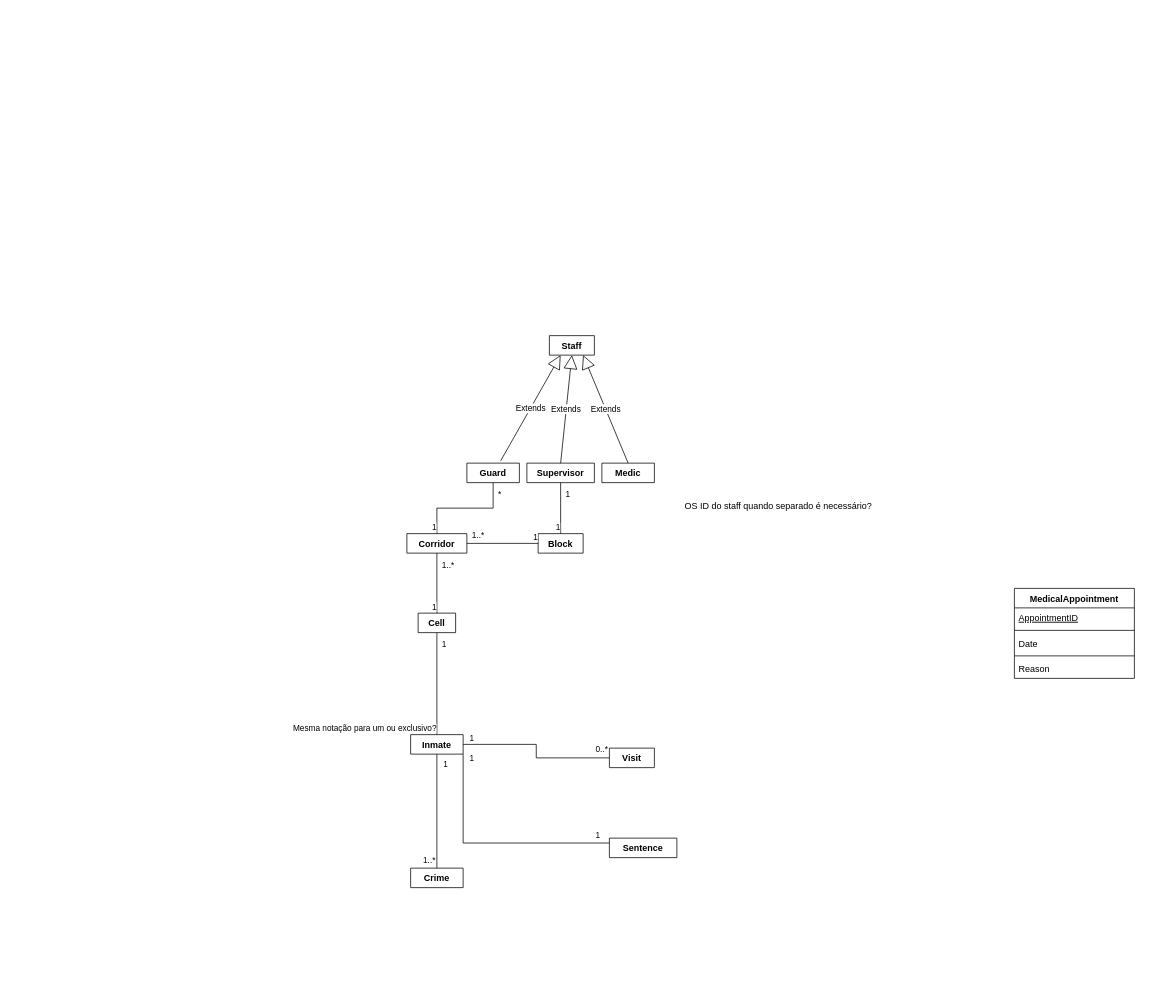
Earlier version of the draw.io diagram Untitled Diagram.drawio (up201706117/BD_PrisonProject). Source tidied: cells renumbered, new cells numbered last; positions are measured from the earlier drawing's top-left corner, leaving out a move shared by most shapes. Both pictures are drawn from the tidied source at 75%, with x=0, y=0 at pixel (406, 335).
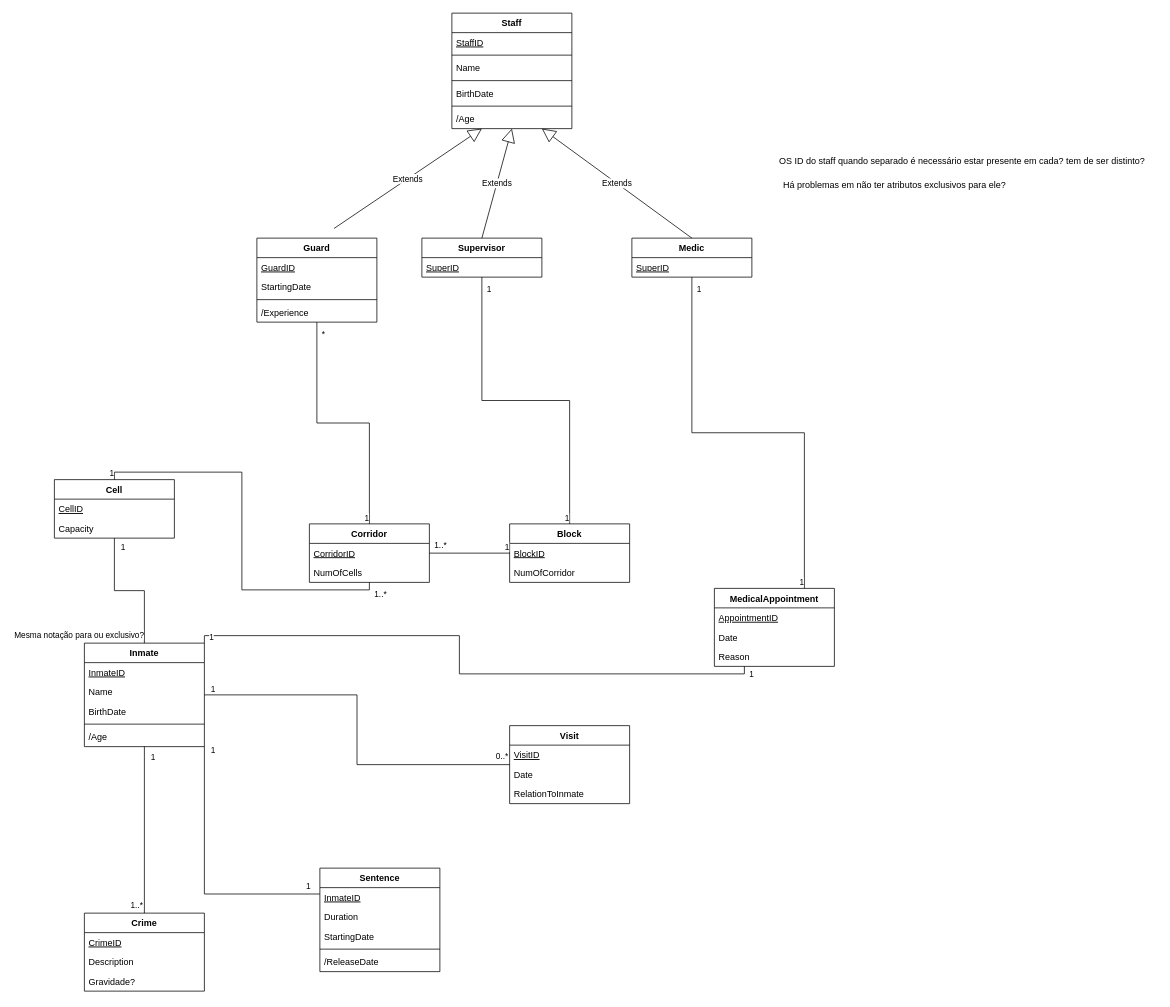
The same diagram, later.

Commit message:
Notas para a aula

The edit, as a diff of the source:
```diff
@@
-    <mxCell id="2" value="Block" style="swimlane;fontStyle=1;align=center;verticalAlign=top;horizontal=1;startSize=26;" parent="1" vertex="1" collapsed="1">
-      <mxGeometry x="175" y="264" width="60" height="26" as="geometry" />
+    <mxCell id="2" value="Block" style="swimlane;fontStyle=1;align=center;verticalAlign=top;horizontal=1;startSize=26;" parent="1" vertex="1">
+      <mxGeometry x="137" y="251" width="160" height="78" as="geometry" />
     </mxCell>
+    <mxCell id="47" value="BlockID" style="text;strokeColor=none;fillColor=none;align=left;verticalAlign=top;spacingLeft=4;spacingRight=4;overflow=hidden;fontStyle=4;" parent="2" vertex="1">
+      <mxGeometry y="26" width="160" height="26" as="geometry" />
+    </mxCell>
+    <mxCell id="48" value="NumOfCorridor" style="text;strokeColor=none;fillColor=none;align=left;verticalAlign=top;spacingLeft=4;spacingRight=4;overflow=hidden;fontStyle=0;" parent="2" vertex="1">
+      <mxGeometry y="52" width="160" height="26" as="geometry" />
+    </mxCell>
-    <mxCell id="3" value="Corridor" style="swimlane;fontStyle=1;align=center;verticalAlign=top;horizontal=1;startSize=26;" parent="1" vertex="1" collapsed="1">
-      <mxGeometry y="264" width="80" height="26" as="geometry" />
+    <mxCell id="3" value="Corridor" style="swimlane;fontStyle=1;align=center;verticalAlign=top;horizontal=1;startSize=26;" parent="1" vertex="1">
+      <mxGeometry x="-130" y="251" width="160" height="78" as="geometry" />
     </mxCell>
+    <mxCell id="49" value="CorridorID" style="text;strokeColor=none;fillColor=none;align=left;verticalAlign=top;spacingLeft=4;spacingRight=4;overflow=hidden;fontStyle=4;" parent="3" vertex="1">
+      <mxGeometry y="26" width="160" height="26" as="geometry" />
+    </mxCell>
+    <mxCell id="50" value="NumOfCells" style="text;strokeColor=none;fillColor=none;align=left;verticalAlign=top;spacingLeft=4;spacingRight=4;overflow=hidden;" parent="3" vertex="1">
+      <mxGeometry y="52" width="160" height="26" as="geometry" />
+    </mxCell>
-    <mxCell id="4" value="Guard" style="swimlane;fontStyle=1;align=center;verticalAlign=top;horizontal=1;startSize=26;" parent="1" vertex="1" collapsed="1">
-      <mxGeometry x="80" y="170" width="70" height="26" as="geometry" />
+    <mxCell id="4" value="Guard" style="swimlane;fontStyle=1;align=center;verticalAlign=top;horizontal=1;startSize=26;" parent="1" vertex="1">
+      <mxGeometry x="-200" y="-130" width="160" height="112" as="geometry" />
     </mxCell>
+    <mxCell id="51" value="GuardID" style="text;strokeColor=none;fillColor=none;align=left;verticalAlign=top;spacingLeft=4;spacingRight=4;overflow=hidden;fontStyle=4;" parent="4" vertex="1">
+      <mxGeometry y="26" width="160" height="26" as="geometry" />
+    </mxCell>
+    <mxCell id="52" value="StartingDate" style="text;strokeColor=none;fillColor=none;align=left;verticalAlign=top;spacingLeft=4;spacingRight=4;overflow=hidden;fontStyle=0;" parent="4" vertex="1">
+      <mxGeometry y="52" width="160" height="26" as="geometry" />
+    </mxCell>
+    <mxCell id="53" style="line;strokeWidth=1;fillColor=none;align=left;verticalAlign=middle;spacingTop=-1;spacingLeft=3;spacingRight=3;labelPosition=right;" parent="4" vertex="1">
+      <mxGeometry y="78" width="160" height="8" as="geometry" />
+    </mxCell>
+    <mxCell id="54" value="/Experience" style="text;strokeColor=none;fillColor=none;align=left;verticalAlign=top;spacingLeft=4;spacingRight=4;overflow=hidden;" parent="4" vertex="1">
+      <mxGeometry y="86" width="160" height="26" as="geometry" />
+    </mxCell>
-    <mxCell id="5" value="Visit&#10;" style="swimlane;fontStyle=1;align=center;verticalAlign=top;horizontal=1;startSize=26;" parent="1" vertex="1" collapsed="1">
-      <mxGeometry x="270" y="550" width="60" height="26" as="geometry" />
+    <mxCell id="5" value="Visit&#10;" style="swimlane;fontStyle=1;align=center;verticalAlign=top;horizontal=1;startSize=26;" parent="1" vertex="1">
+      <mxGeometry x="137" y="520" width="160" height="104" as="geometry" />
     </mxCell>
+    <mxCell id="55" value="VisitID" style="text;strokeColor=none;fillColor=none;align=left;verticalAlign=top;spacingLeft=4;spacingRight=4;overflow=hidden;fontStyle=4;" parent="5" vertex="1">
+      <mxGeometry y="26" width="160" height="26" as="geometry" />
+    </mxCell>
+    <mxCell id="56" value="Date" style="text;strokeColor=none;fillColor=none;align=left;verticalAlign=top;spacingLeft=4;spacingRight=4;overflow=hidden;" parent="5" vertex="1">
+      <mxGeometry y="52" width="160" height="26" as="geometry" />
+    </mxCell>
+    <mxCell id="57" value="RelationToInmate" style="text;strokeColor=none;fillColor=none;align=left;verticalAlign=top;spacingLeft=4;spacingRight=4;overflow=hidden;" parent="5" vertex="1">
+      <mxGeometry y="78" width="160" height="26" as="geometry" />
+    </mxCell>
-    <mxCell id="6" value="Inmate" style="swimlane;fontStyle=1;align=center;verticalAlign=top;horizontal=1;startSize=26;" parent="1" vertex="1" collapsed="1">
-      <mxGeometry x="5" y="532" width="70" height="26" as="geometry" />
+    <mxCell id="6" value="Inmate" style="swimlane;fontStyle=1;align=center;verticalAlign=top;horizontal=1;startSize=26;" parent="1" vertex="1">
+      <mxGeometry x="-430" y="410" width="160" height="138" as="geometry" />
     </mxCell>
+    <mxCell id="58" value="InmateID" style="text;strokeColor=none;fillColor=none;align=left;verticalAlign=top;spacingLeft=4;spacingRight=4;overflow=hidden;fontStyle=4;" parent="6" vertex="1">
+      <mxGeometry y="26" width="160" height="26" as="geometry" />
+    </mxCell>
+    <mxCell id="59" value="Name" style="text;strokeColor=none;fillColor=none;align=left;verticalAlign=top;spacingLeft=4;spacingRight=4;overflow=hidden;" parent="6" vertex="1">
+      <mxGeometry y="52" width="160" height="26" as="geometry" />
+    </mxCell>
+    <mxCell id="60" value="BirthDate" style="text;strokeColor=none;fillColor=none;align=left;verticalAlign=top;spacingLeft=4;spacingRight=4;overflow=hidden;" parent="6" vertex="1">
+      <mxGeometry y="78" width="160" height="26" as="geometry" />
+    </mxCell>
+    <mxCell id="61" style="line;strokeWidth=1;fillColor=none;align=left;verticalAlign=middle;spacingTop=-1;spacingLeft=3;spacingRight=3;labelPosition=right;" parent="6" vertex="1">
+      <mxGeometry y="104" width="160" height="8" as="geometry" />
+    </mxCell>
+    <mxCell id="62" value="/Age" style="text;strokeColor=none;fillColor=none;align=left;verticalAlign=top;spacingLeft=4;spacingRight=4;overflow=hidden;" parent="6" vertex="1">
+      <mxGeometry y="112" width="160" height="26" as="geometry" />
+    </mxCell>
-    <mxCell id="7" value="Supervisor" style="swimlane;fontStyle=1;align=center;verticalAlign=top;horizontal=1;startSize=26;" parent="1" vertex="1" collapsed="1">
-      <mxGeometry x="160" y="170" width="90" height="26" as="geometry" />
+    <mxCell id="7" value="Supervisor" style="swimlane;fontStyle=1;align=center;verticalAlign=top;horizontal=1;startSize=26;" parent="1" vertex="1">
+      <mxGeometry x="20" y="-130" width="160" height="52" as="geometry" />
     </mxCell>
+    <mxCell id="63" value="SuperID" style="text;strokeColor=none;fillColor=none;align=left;verticalAlign=top;spacingLeft=4;spacingRight=4;overflow=hidden;fontStyle=4;" parent="7" vertex="1">
+      <mxGeometry y="26" width="160" height="26" as="geometry" />
+    </mxCell>
-    <mxCell id="8" value="Sentence" style="swimlane;fontStyle=1;align=center;verticalAlign=top;horizontal=1;startSize=26;" parent="1" vertex="1" collapsed="1">
-      <mxGeometry x="270" y="670" width="90" height="26" as="geometry" />
+    <mxCell id="8" value="Sentence" style="swimlane;fontStyle=1;align=center;verticalAlign=top;horizontal=1;startSize=26;" parent="1" vertex="1">
+      <mxGeometry x="-116" y="710" width="160" height="138" as="geometry" />
     </mxCell>
+    <mxCell id="64" value="InmateID" style="text;strokeColor=none;fillColor=none;align=left;verticalAlign=top;spacingLeft=4;spacingRight=4;overflow=hidden;fontStyle=4;" parent="8" vertex="1">
+      <mxGeometry y="26" width="160" height="26" as="geometry" />
+    </mxCell>
+    <mxCell id="65" value="Duration" style="text;strokeColor=none;fillColor=none;align=left;verticalAlign=top;spacingLeft=4;spacingRight=4;overflow=hidden;fontStyle=0;" parent="8" vertex="1">
+      <mxGeometry y="52" width="160" height="26" as="geometry" />
+    </mxCell>
+    <mxCell id="66" value="StartingDate" style="text;strokeColor=none;fillColor=none;align=left;verticalAlign=top;spacingLeft=4;spacingRight=4;overflow=hidden;fontStyle=0;" parent="8" vertex="1">
+      <mxGeometry y="78" width="160" height="26" as="geometry" />
+    </mxCell>
+    <mxCell id="67" style="line;strokeWidth=1;fillColor=none;align=left;verticalAlign=middle;spacingTop=-1;spacingLeft=3;spacingRight=3;labelPosition=right;" parent="8" vertex="1">
+      <mxGeometry y="104" width="160" height="8" as="geometry" />
+    </mxCell>
+    <mxCell id="68" value="/ReleaseDate" style="text;strokeColor=none;fillColor=none;align=left;verticalAlign=top;spacingLeft=4;spacingRight=4;overflow=hidden;fontStyle=0;" parent="8" vertex="1">
+      <mxGeometry y="112" width="160" height="26" as="geometry" />
+    </mxCell>
-    <mxCell id="9" value="Crime" style="swimlane;fontStyle=1;align=center;verticalAlign=top;horizontal=1;startSize=26;" parent="1" vertex="1" collapsed="1">
-      <mxGeometry x="5" y="710" width="70" height="26" as="geometry" />
+    <mxCell id="9" value="Crime" style="swimlane;fontStyle=1;align=center;verticalAlign=top;horizontal=1;startSize=26;" parent="1" vertex="1">
+      <mxGeometry x="-430" y="770" width="160" height="104" as="geometry" />
     </mxCell>
+    <mxCell id="69" value="CrimeID" style="text;strokeColor=none;fillColor=none;align=left;verticalAlign=top;spacingLeft=4;spacingRight=4;overflow=hidden;fontStyle=4;" parent="9" vertex="1">
+      <mxGeometry y="26" width="160" height="26" as="geometry" />
+    </mxCell>
+    <mxCell id="70" value="Description" style="text;strokeColor=none;fillColor=none;align=left;verticalAlign=top;spacingLeft=4;spacingRight=4;overflow=hidden;fontStyle=0;" parent="9" vertex="1">
+      <mxGeometry y="52" width="160" height="26" as="geometry" />
+    </mxCell>
+    <mxCell id="71" value="Gravidade?" style="text;strokeColor=none;fillColor=none;align=left;verticalAlign=top;spacingLeft=4;spacingRight=4;overflow=hidden;fontStyle=0;" parent="9" vertex="1">
+      <mxGeometry y="78" width="160" height="26" as="geometry" />
+    </mxCell>
-    <mxCell id="10" value="Cell" style="swimlane;fontStyle=1;align=center;verticalAlign=top;horizontal=1;startSize=26;" parent="1" vertex="1" collapsed="1">
-      <mxGeometry x="15" y="370" width="50" height="26" as="geometry" />
+    <mxCell id="10" value="Cell" style="swimlane;fontStyle=1;align=center;verticalAlign=top;horizontal=1;startSize=26;" parent="1" vertex="1">
+      <mxGeometry x="-470" y="192" width="160" height="78" as="geometry" />
     </mxCell>
+    <mxCell id="72" value="CellID" style="text;strokeColor=none;fillColor=none;align=left;verticalAlign=top;spacingLeft=4;spacingRight=4;overflow=hidden;fontStyle=4;" parent="10" vertex="1">
+      <mxGeometry y="26" width="160" height="26" as="geometry" />
+    </mxCell>
+    <mxCell id="73" value="Capacity" style="text;strokeColor=none;fillColor=none;align=left;verticalAlign=top;spacingLeft=4;spacingRight=4;overflow=hidden;" parent="10" vertex="1">
+      <mxGeometry y="52" width="160" height="26" as="geometry" />
+    </mxCell>
@@
-    <mxCell id="12" value="Staff" style="swimlane;fontStyle=1;align=center;verticalAlign=top;horizontal=1;startSize=26;" parent="1" vertex="1" collapsed="1">
-      <mxGeometry x="190" width="60" height="26" as="geometry" />
+    <mxCell id="12" value="Staff" style="swimlane;fontStyle=1;align=center;verticalAlign=top;horizontal=1;startSize=26;" parent="1" vertex="1">
+      <mxGeometry x="60" y="-430" width="160" height="154" as="geometry" />
     </mxCell>
+    <mxCell id="74" value="StaffID" style="text;strokeColor=none;fillColor=none;align=left;verticalAlign=top;spacingLeft=4;spacingRight=4;overflow=hidden;fontStyle=4;" parent="12" vertex="1">
+      <mxGeometry y="26" width="160" height="26" as="geometry" />
+    </mxCell>
+    <mxCell id="24" style="line;strokeWidth=1;fillColor=none;align=left;verticalAlign=middle;spacingTop=-1;spacingLeft=3;spacingRight=3;labelPosition=right;" parent="12" vertex="1">
+      <mxGeometry y="52" width="160" height="8" as="geometry" />
+    </mxCell>
+    <mxCell id="75" value="Name" style="text;strokeColor=none;fillColor=none;align=left;verticalAlign=top;spacingLeft=4;spacingRight=4;overflow=hidden;" parent="12" vertex="1">
+      <mxGeometry y="60" width="160" height="26" as="geometry" />
+    </mxCell>
+    <mxCell id="26" style="line;strokeWidth=1;fillColor=none;align=left;verticalAlign=middle;spacingTop=-1;spacingLeft=3;spacingRight=3;labelPosition=right;" parent="12" vertex="1">
+      <mxGeometry y="86" width="160" height="8" as="geometry" />
+    </mxCell>
+    <mxCell id="76" value="BirthDate" style="text;strokeColor=none;fillColor=none;align=left;verticalAlign=top;spacingLeft=4;spacingRight=4;overflow=hidden;" parent="12" vertex="1">
+      <mxGeometry y="94" width="160" height="26" as="geometry" />
+    </mxCell>
+    <mxCell id="77" style="line;strokeWidth=1;fillColor=none;align=left;verticalAlign=middle;spacingTop=-1;spacingLeft=3;spacingRight=3;labelPosition=right;" parent="12" vertex="1">
+      <mxGeometry y="120" width="160" height="8" as="geometry" />
+    </mxCell>
+    <mxCell id="78" value="/Age" style="text;strokeColor=none;fillColor=none;align=left;verticalAlign=top;spacingLeft=4;spacingRight=4;overflow=hidden;" parent="12" vertex="1">
+      <mxGeometry y="128" width="160" height="26" as="geometry" />
+    </mxCell>
-    <mxCell id="13" value="Medic" style="swimlane;fontStyle=1;align=center;verticalAlign=top;horizontal=1;startSize=26;" parent="1" vertex="1" collapsed="1">
-      <mxGeometry x="260" y="170" width="70" height="26" as="geometry" />
+    <mxCell id="13" value="Medic" style="swimlane;fontStyle=1;align=center;verticalAlign=top;horizontal=1;startSize=26;" parent="1" vertex="1">
+      <mxGeometry x="300" y="-130" width="160" height="52" as="geometry" />
     </mxCell>
+    <mxCell id="79" value="SuperID" style="text;strokeColor=none;fillColor=none;align=left;verticalAlign=top;spacingLeft=4;spacingRight=4;overflow=hidden;fontStyle=4;" parent="13" vertex="1">
+      <mxGeometry y="26" width="160" height="26" as="geometry" />
+    </mxCell>
@@
     <mxCell id="22" value="MedicalAppointment" style="swimlane;fontStyle=1;align=center;verticalAlign=top;horizontal=1;startSize=26;" parent="1" vertex="1">
-      <mxGeometry x="810" y="337" width="160" height="120" as="geometry" />
+      <mxGeometry x="410" y="337" width="160" height="104" as="geometry" />
     </mxCell>
@@
-    <mxCell id="24" style="line;strokeWidth=1;fillColor=none;align=left;verticalAlign=middle;spacingTop=-1;spacingLeft=3;spacingRight=3;labelPosition=right;" parent="22" vertex="1">
-      <mxGeometry y="52" width="160" height="8" as="geometry" />
-    </mxCell>
     <mxCell id="25" value="Date" style="text;strokeColor=none;fillColor=none;align=left;verticalAlign=top;spacingLeft=4;spacingRight=4;overflow=hidden;" parent="22" vertex="1">
-      <mxGeometry y="60" width="160" height="26" as="geometry" />
+      <mxGeometry y="52" width="160" height="26" as="geometry" />
     </mxCell>
-    <mxCell id="26" style="line;strokeWidth=1;fillColor=none;align=left;verticalAlign=middle;spacingTop=-1;spacingLeft=3;spacingRight=3;labelPosition=right;" parent="22" vertex="1">
-      <mxGeometry y="86" width="160" height="8" as="geometry" />
-    </mxCell>
     <mxCell id="27" value="Reason" style="text;strokeColor=none;fillColor=none;align=left;verticalAlign=top;spacingLeft=4;spacingRight=4;overflow=hidden;" parent="22" vertex="1">
-      <mxGeometry y="94" width="160" height="26" as="geometry" />
+      <mxGeometry y="78" width="160" height="26" as="geometry" />
     </mxCell>
@@
-    <mxCell id="34" style="endArrow=none;html=1;edgeStyle=orthogonalEdgeStyle;rounded=0;strokeColor=#000000;exitX=0.5;exitY=1;exitDx=0;exitDy=0;entryX=0.5;entryY=0;entryDx=0;entryDy=0;" parent="1" edge="1" source="10" target="6">
-      <mxGeometry relative="1" as="geometry">
-        <Array as="points">
-          <mxPoint x="40" y="410" />
-        </Array>
-      </mxGeometry>
-    </mxCell>
-    <mxCell id="35" value="1" style="edgeLabel;html=1;align=left;verticalAlign=bottom;strokeColor=#000000;" parent="34" vertex="1">
-      <mxGeometry x="-1" relative="1" as="geometry">
-        <mxPoint x="5" y="24" as="offset" />
-      </mxGeometry>
-    </mxCell>
-    <mxCell id="36" value="Mesma notação para um ou exclusivo?" style="edgeLabel;html=1;align=right;verticalAlign=bottom;strokeColor=#000000;" parent="34" vertex="1">
-      <mxGeometry x="1" relative="1" as="geometry" />
-    </mxCell>
@@
-    <mxCell id="46" value="&lt;div&gt;OS ID do staff quando separado é necessário?&lt;/div&gt;&lt;div&gt;&lt;br&gt;&lt;/div&gt;" style="text;html=1;align=center;verticalAlign=middle;strokeColor=none;fillColor=none;" parent="1" vertex="1">
-      <mxGeometry x="360" y="220" width="270" height="30" as="geometry" />
+    <mxCell id="46" value="&lt;div&gt;OS ID do staff quando separado é necessário estar presente em cada? tem de ser distinto?&lt;br&gt;&lt;/div&gt;&lt;div&gt;&lt;br&gt;&lt;/div&gt;" style="text;html=1;align=center;verticalAlign=middle;strokeColor=none;fillColor=none;" parent="1" vertex="1">
+      <mxGeometry x="480" y="-240" width="520" height="30" as="geometry" />
     </mxCell>
+    <mxCell id="80" style="endArrow=none;html=1;edgeStyle=orthogonalEdgeStyle;rounded=0;strokeColor=#000000;exitX=0.5;exitY=0;exitDx=0;exitDy=0;entryX=0.5;entryY=1;entryDx=0;entryDy=0;" parent="1" edge="1" source="6" target="10">
+      <mxGeometry relative="1" as="geometry" />
+    </mxCell>
+    <mxCell id="81" value="Mesma notação para ou exclusivo?" style="edgeLabel;html=1;align=left;verticalAlign=bottom;strokeColor=#000000;" parent="80" vertex="1">
+      <mxGeometry x="-1" relative="1" as="geometry">
+        <mxPoint x="-175" y="-3" as="offset" />
+      </mxGeometry>
+    </mxCell>
+    <mxCell id="82" value="1" style="edgeLabel;html=1;align=right;verticalAlign=bottom;strokeColor=#000000;" parent="80" vertex="1">
+      <mxGeometry x="1" relative="1" as="geometry">
+        <mxPoint x="15" y="20" as="offset" />
+      </mxGeometry>
+    </mxCell>
+    <mxCell id="83" style="endArrow=none;html=1;edgeStyle=orthogonalEdgeStyle;rounded=0;strokeColor=#000000;exitX=0.5;exitY=1;exitDx=0;exitDy=0;entryX=0.75;entryY=0;entryDx=0;entryDy=0;" parent="1" edge="1" source="13" target="22">
+      <mxGeometry relative="1" as="geometry" />
+    </mxCell>
+    <mxCell id="84" value="1" style="edgeLabel;html=1;align=left;verticalAlign=bottom;strokeColor=#000000;" parent="83" vertex="1">
+      <mxGeometry x="-1" relative="1" as="geometry">
+        <mxPoint x="5" y="24" as="offset" />
+      </mxGeometry>
+    </mxCell>
+    <mxCell id="85" value="1" style="edgeLabel;html=1;align=right;verticalAlign=bottom;strokeColor=#000000;" parent="83" vertex="1">
+      <mxGeometry x="1" relative="1" as="geometry" />
+    </mxCell>
+    <mxCell id="86" value="Há problemas em não ter atributos exclusivos para ele?" style="text;html=1;align=center;verticalAlign=middle;strokeColor=none;fillColor=none;" parent="1" vertex="1">
+      <mxGeometry x="490" y="-210" width="320" height="20" as="geometry" />
+    </mxCell>
+    <mxCell id="87" style="endArrow=none;html=1;edgeStyle=orthogonalEdgeStyle;rounded=0;strokeColor=#000000;exitX=1;exitY=0;exitDx=0;exitDy=0;entryX=0.25;entryY=1;entryDx=0;entryDy=0;" parent="1" edge="1" source="6" target="22">
+      <mxGeometry relative="1" as="geometry" />
+    </mxCell>
+    <mxCell id="88" value="1" style="edgeLabel;html=1;align=left;verticalAlign=bottom;strokeColor=#000000;" parent="87" vertex="1">
+      <mxGeometry x="-1" relative="1" as="geometry">
+        <mxPoint x="5" as="offset" />
+      </mxGeometry>
+    </mxCell>
+    <mxCell id="89" value="1" style="edgeLabel;html=1;align=right;verticalAlign=bottom;strokeColor=#000000;" parent="87" vertex="1">
+      <mxGeometry x="1" relative="1" as="geometry">
+        <mxPoint x="13" y="18" as="offset" />
+      </mxGeometry>
+    </mxCell>
```
